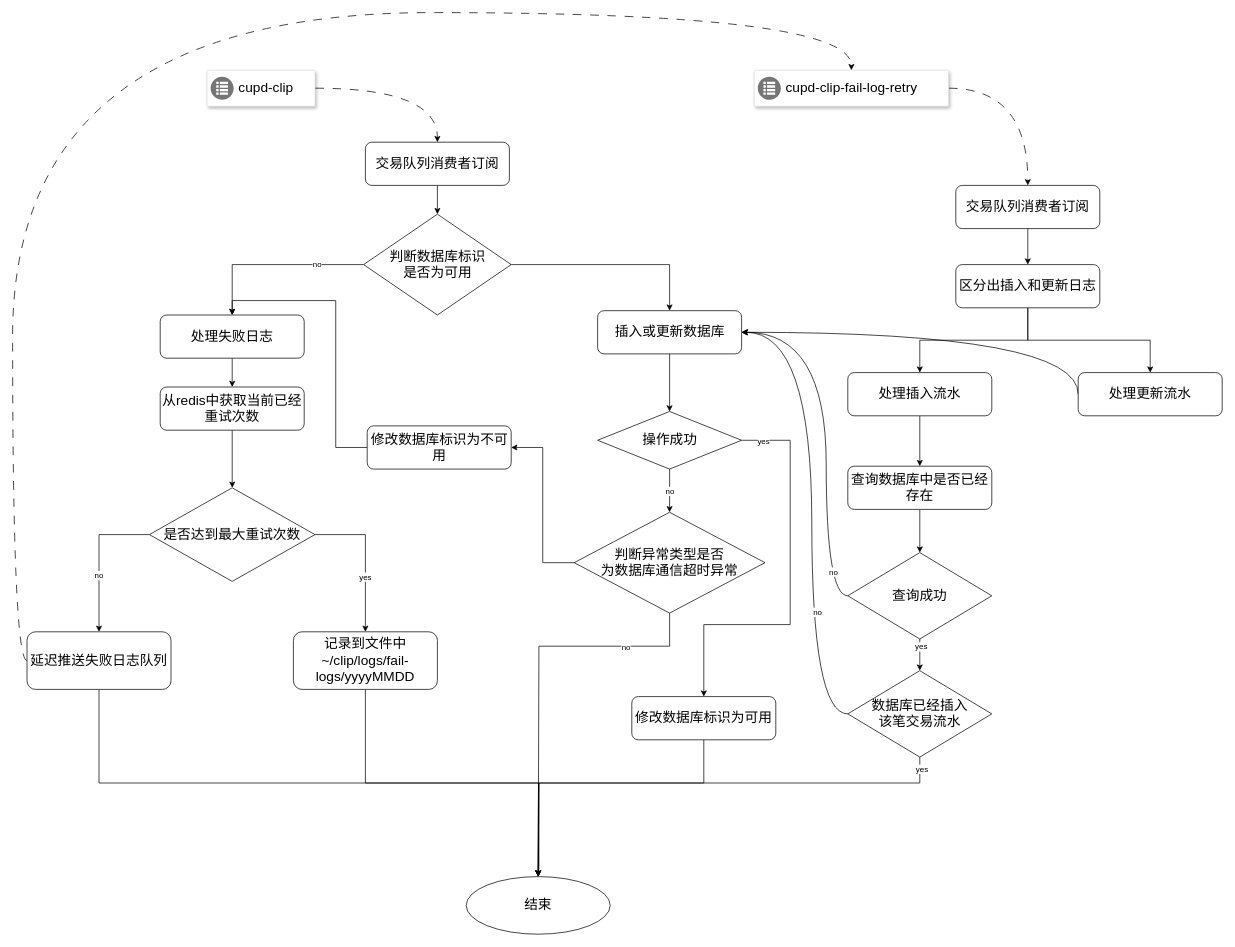
This is 未命名绘图.drawio from wangmengjian/files, a draw.io file, before an edit. Source tidied: cells renumbered, new cells numbered last; positions are measured from the earlier drawing's top-left corner, leaving out a move shared by most shapes. Both pictures are drawn from the tidied source at 72%, with x=0, y=0 at pixel (12, 12).
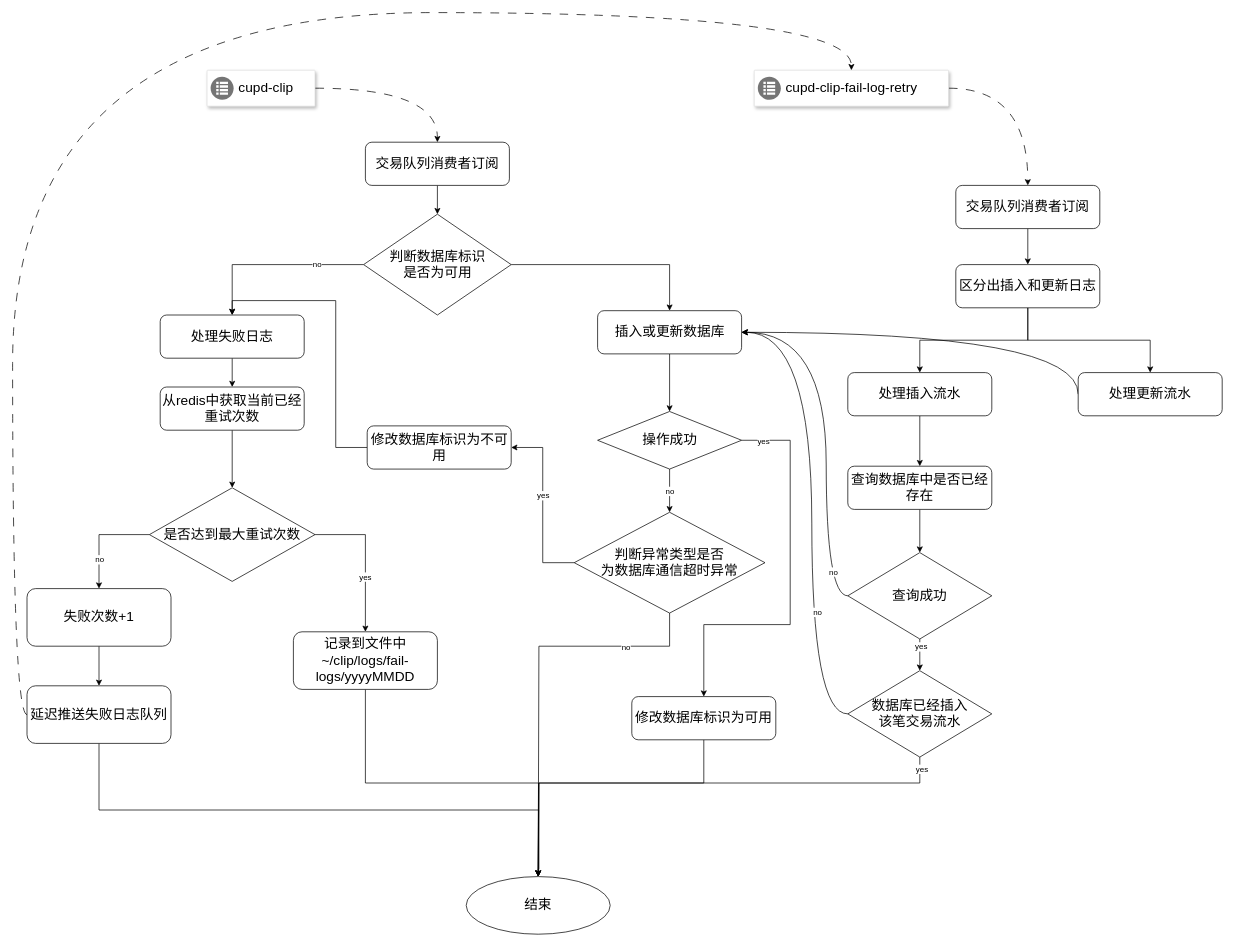
The same page after the edit.

Commit message:
重试失败日志.drawio

Unchanged cells that the change refers to:
```xml
<mxCell id="6" style="strokeColor=#dddddd;shadow=1;strokeWidth=1;rounded=1;absoluteArcSize=1;arcSize=2;fontSize=19;" parent="1" vertex="1">
  <mxGeometry x="1030" y="80" width="270" height="50" as="geometry" />
</mxCell>
<mxCell id="32" style="edgeStyle=orthogonalEdgeStyle;rounded=0;jettySize=auto;html=1;exitX=0;exitY=0.5;exitDx=0;exitDy=0;entryX=1;entryY=0.5;entryDx=0;entryDy=0;" parent="1" edge="1" source="35" target="22">
  <mxGeometry relative="1" as="geometry" />
</mxCell>
<mxCell id="57" value="是否达到最大重试次数" style="rhombus;whiteSpace=wrap;html=1;fontSize=19;" parent="1" vertex="1">
  <mxGeometry x="190" y="660" width="230" height="130" as="geometry" />
</mxCell>
```

The edit, as a diff of the source:
```diff
@@
+    <mxCell id="65" value="yes" style="edgeLabel;html=1;align=center;verticalAlign=middle;" parent="32" vertex="1">
+      <mxGeometry x="0.11" relative="1" as="geometry" />
+    </mxCell>
@@
     <mxCell id="39" style="edgeStyle=orthogonalEdgeStyle;rounded=0;jettySize=auto;html=1;exitX=0;exitY=0.5;exitDx=0;exitDy=0;entryX=0.5;entryY=0;entryDx=0;entryDy=0;curved=1;dashed=1;dashPattern=12 12;" parent="1" edge="1" source="40" target="6">
       <mxGeometry relative="1" as="geometry">
         <Array as="points">
-          <mxPoint y="900" />
+          <mxPoint y="975" />
           <mxPoint />
           <mxPoint x="1165" />
         </Array>
       </mxGeometry>
     </mxCell>
     <mxCell id="40" value="延迟推送失败日志队列" style="rounded=1;whiteSpace=wrap;html=1;fontSize=19;" parent="1" vertex="1">
-      <mxGeometry x="20" y="860" width="200" height="80" as="geometry" />
+      <mxGeometry x="20" y="935" width="200" height="80" as="geometry" />
     </mxCell>
@@
-    <mxCell id="53" style="edgeStyle=orthogonalEdgeStyle;rounded=0;jettySize=auto;html=1;exitX=0;exitY=0.5;exitDx=0;exitDy=0;entryX=0.5;entryY=0;entryDx=0;entryDy=0;" parent="1" edge="1" source="57" target="40">
-      <mxGeometry relative="1" as="geometry" />
-    </mxCell>
-    <mxCell id="54" value="no" style="edgeLabel;html=1;align=center;verticalAlign=middle;" parent="53" vertex="1">
-      <mxGeometry x="0.23" y="-1" relative="1" as="geometry" />
-    </mxCell>
@@
+    <mxCell id="66" style="edgeStyle=orthogonalEdgeStyle;rounded=0;jettySize=auto;html=1;exitX=0;exitY=0.5;exitDx=0;exitDy=0;" parent="1" edge="1" source="57" target="68">
+      <mxGeometry relative="1" as="geometry" />
+    </mxCell>
+    <mxCell id="54" value="no" style="edgeLabel;html=1;align=center;verticalAlign=middle;" parent="66" vertex="1">
+      <mxGeometry x="0.45" relative="1" as="geometry">
+        <mxPoint y="-1" as="offset" />
+      </mxGeometry>
+    </mxCell>
@@
+    <mxCell id="67" style="edgeStyle=orthogonalEdgeStyle;rounded=0;jettySize=auto;html=1;exitX=0.5;exitY=1;exitDx=0;exitDy=0;entryX=0.5;entryY=0;entryDx=0;entryDy=0;" parent="1" edge="1" source="68" target="40">
+      <mxGeometry relative="1" as="geometry" />
+    </mxCell>
+    <mxCell id="68" value="失败次数+1" style="rounded=1;whiteSpace=wrap;html=1;fontSize=19;" parent="1" vertex="1">
+      <mxGeometry x="20" y="800" width="200" height="80" as="geometry" />
+    </mxCell>
```
